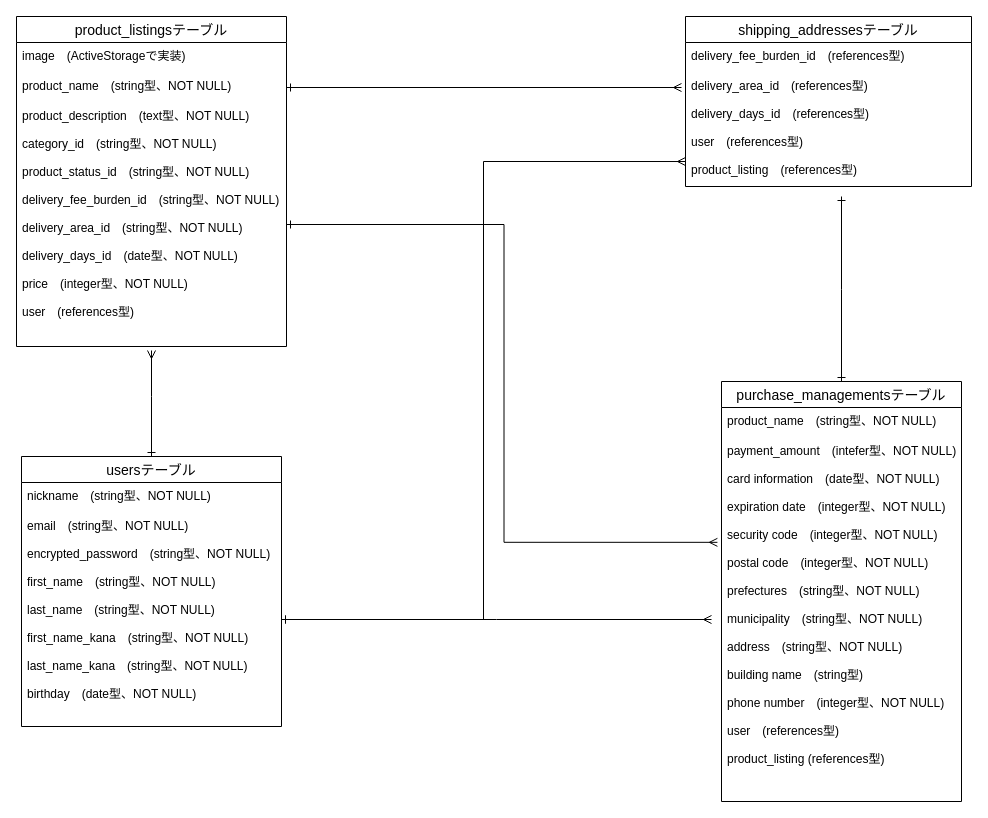
Above: test.dio in Shunsuke1523/furima-34498 (draw.io), before the change. Source tidied: cells renumbered, new cells numbered last; positions are measured from the earlier drawing's top-left corner, leaving out a move shared by most shapes. Both pictures are drawn from the tidied source at 100%, with x=0, y=0 at pixel (16, 16).
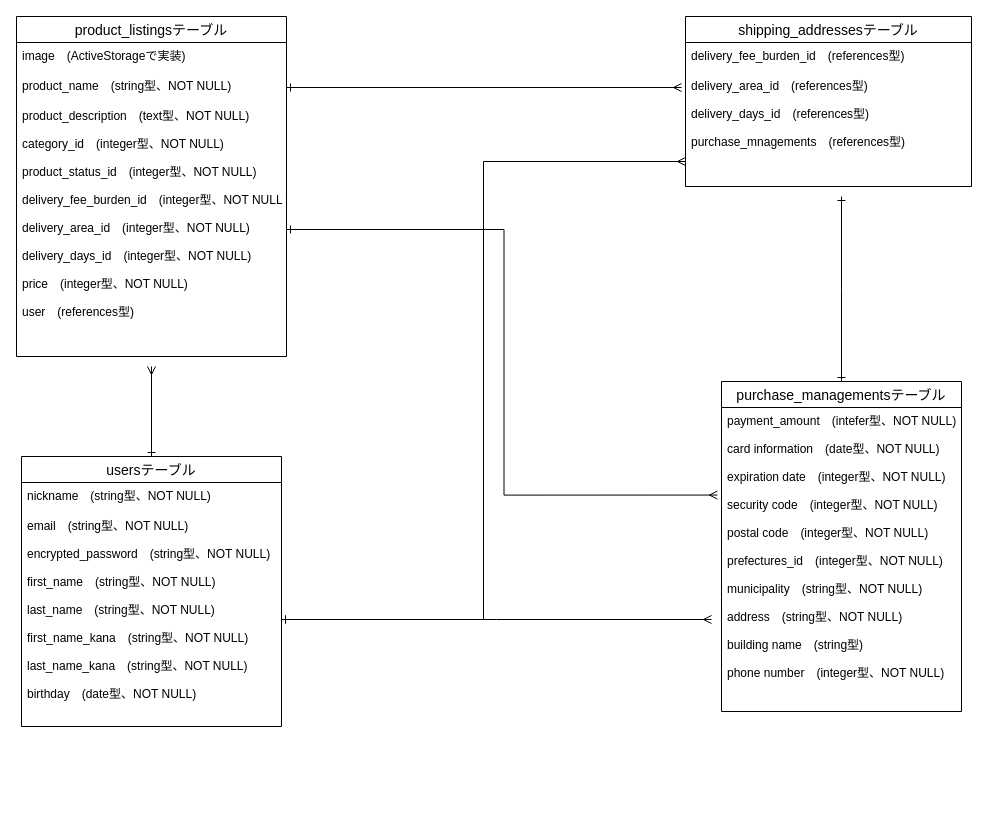
After the change.

Commit message (it also covers changes not shown here):
データベース設計 (修正)

Unchanged cells that the change refers to:
```xml
<mxCell id="3" value="usersテーブル" style="swimlane;fontStyle=0;horizontal=1;startSize=26;align=center;fontSize=14;" parent="1" vertex="1">
  <mxGeometry x="5" y="440" width="260" height="270" as="geometry" />
</mxCell>
<mxCell id="14" value="shipping_addressesテーブル" style="swimlane;fontStyle=0;horizontal=1;startSize=26;align=center;fontSize=14;" parent="1" vertex="1">
  <mxGeometry x="669" width="286" height="170" as="geometry" />
</mxCell>
```

Diff of the diagram source:
```diff
@@
-    <mxCell id="2" style="edgeStyle=orthogonalEdgeStyle;rounded=0;jettySize=auto;html=1;endArrow=ERmany;endFill=0;startArrow=ERone;startFill=0;" parent="1" edge="1" source="3">
-      <mxGeometry relative="1" as="geometry">
-        <mxPoint x="135" y="334" as="targetPoint" />
-        <Array as="points">
-          <mxPoint x="135" y="380" />
-          <mxPoint x="135" y="380" />
-        </Array>
-      </mxGeometry>
-    </mxCell>
+    <mxCell id="21" style="edgeStyle=orthogonalEdgeStyle;rounded=0;jettySize=auto;html=1;startArrow=ERone;startFill=0;endArrow=ERmany;endFill=0;" parent="1" edge="1" source="3">
+      <mxGeometry relative="1" as="geometry">
+        <mxPoint x="135" y="350" as="targetPoint" />
+      </mxGeometry>
+    </mxCell>
@@
     <mxCell id="7" value="purchase_managementsテーブル" style="swimlane;fontStyle=0;horizontal=1;startSize=26;align=center;fontSize=14;" parent="1" vertex="1">
-      <mxGeometry x="705" y="365" width="240" height="420" as="geometry" />
+      <mxGeometry x="705" y="365" width="240" height="330" as="geometry" />
     </mxCell>
-    <mxCell id="8" value="product_name　(string型、NOT NULL)" style="text;strokeColor=none;fillColor=none;spacingLeft=4;spacingRight=4;overflow=hidden;fontSize=12;" parent="7" vertex="1">
-      <mxGeometry y="26" width="240" height="30" as="geometry" />
-    </mxCell>
-    <mxCell id="9" value="payment_amount　(intefer型、NOT NULL)&#10;&#10;card information　(date型、NOT NULL)&#10;&#10;expiration date　(integer型、NOT NULL)&#10;&#10;security code　(integer型、NOT NULL)&#10;&#10;postal code　(integer型、NOT NULL)&#10;&#10;prefectures　(string型、NOT NULL)&#10;&#10;municipality　(string型、NOT NULL)&#10;&#10;address　(string型、NOT NULL)&#10;&#10;building name　(string型)&#10;&#10;phone number　(integer型、NOT NULL)&#10;&#10;user　(references型)&#10;&#10;product_listing (references型)&#10;&#10;&#10;&#10;&#10;&#10;&#10;&#10;&#10;&#10;&#10;&#10;&#10;&#10;&#10;&#10;&#10;&#10;&#10;&#10;&#10;" style="text;strokeColor=none;fillColor=none;spacingLeft=4;spacingRight=4;overflow=hidden;points=[[0,0.5],[1,0.5]];portConstraint=eastwest;fontSize=12;" parent="7" vertex="1">
-      <mxGeometry y="56" width="240" height="364" as="geometry" />
+    <mxCell id="9" value="payment_amount　(intefer型、NOT NULL)&#10;&#10;card information　(date型、NOT NULL)&#10;&#10;expiration date　(integer型、NOT NULL)&#10;&#10;security code　(integer型、NOT NULL)&#10;&#10;postal code　(integer型、NOT NULL)&#10;&#10;prefectures_id　(integer型、NOT NULL)&#10;&#10;municipality　(string型、NOT NULL)&#10;&#10;address　(string型、NOT NULL)&#10;&#10;building name　(string型)&#10;&#10;phone number　(integer型、NOT NULL)&#10;&#10;&#10;&#10;&#10;&#10;&#10;&#10;&#10;&#10;&#10;&#10;&#10;&#10;&#10;&#10;&#10;&#10;&#10;" style="text;strokeColor=none;fillColor=none;spacingLeft=4;spacingRight=4;overflow=hidden;points=[[0,0.5],[1,0.5]];portConstraint=eastwest;fontSize=12;" parent="7" vertex="1">
+      <mxGeometry y="26" width="240" height="304" as="geometry" />
     </mxCell>
     <mxCell id="10" value="product_listingsテーブル" style="swimlane;fontStyle=0;horizontal=1;startSize=26;align=center;fontSize=14;" parent="1" vertex="1">
-      <mxGeometry width="270" height="330" as="geometry" />
+      <mxGeometry width="270" height="340" as="geometry" />
     </mxCell>
@@
-    <mxCell id="13" value="product_description　(text型、NOT NULL)&#10;&#10;category_id　(string型、NOT NULL)&#10;&#10;product_status_id　(string型、NOT NULL)&#10;&#10;delivery_fee_burden_id　(string型、NOT NULL)&#10;&#10;delivery_area_id　(string型、NOT NULL)&#10;&#10;delivery_days_id　(date型、NOT NULL)&#10;&#10;price　(integer型、NOT NULL)&#10;&#10;user　(references型)" style="text;strokeColor=none;fillColor=none;spacingLeft=4;spacingRight=4;overflow=hidden;points=[[0,0.5],[1,0.5]];portConstraint=eastwest;fontSize=12;" parent="10" vertex="1">
-      <mxGeometry y="86" width="270" height="244" as="geometry" />
+    <mxCell id="13" value="product_description　(text型、NOT NULL)&#10;&#10;category_id　(integer型、NOT NULL)&#10;&#10;product_status_id　(integer型、NOT NULL)&#10;&#10;delivery_fee_burden_id　(integer型、NOT NULL)&#10;&#10;delivery_area_id　(integer型、NOT NULL)&#10;&#10;delivery_days_id　(integer型、NOT NULL)&#10;&#10;price　(integer型、NOT NULL)&#10;&#10;user　(references型)" style="text;strokeColor=none;fillColor=none;spacingLeft=4;spacingRight=4;overflow=hidden;points=[[0,0.5],[1,0.5]];portConstraint=eastwest;fontSize=12;" parent="10" vertex="1">
+      <mxGeometry y="86" width="270" height="254" as="geometry" />
     </mxCell>
@@
-    <mxCell id="16" value="delivery_area_id　(references型)&#10;&#10;delivery_days_id　(references型)&#10;&#10;user　(references型)&#10;&#10;product_listing　(references型)" style="text;strokeColor=none;fillColor=none;spacingLeft=4;spacingRight=4;overflow=hidden;points=[[0,0.5],[1,0.5]];portConstraint=eastwest;fontSize=12;" parent="14" vertex="1">
+    <mxCell id="16" value="delivery_area_id　(references型)&#10;&#10;delivery_days_id　(references型)&#10;&#10;purchase_mnagements　(references型)" style="text;strokeColor=none;fillColor=none;spacingLeft=4;spacingRight=4;overflow=hidden;points=[[0,0.5],[1,0.5]];portConstraint=eastwest;fontSize=12;" parent="14" vertex="1">
       <mxGeometry y="56" width="286" height="114" as="geometry" />
     </mxCell>
```
